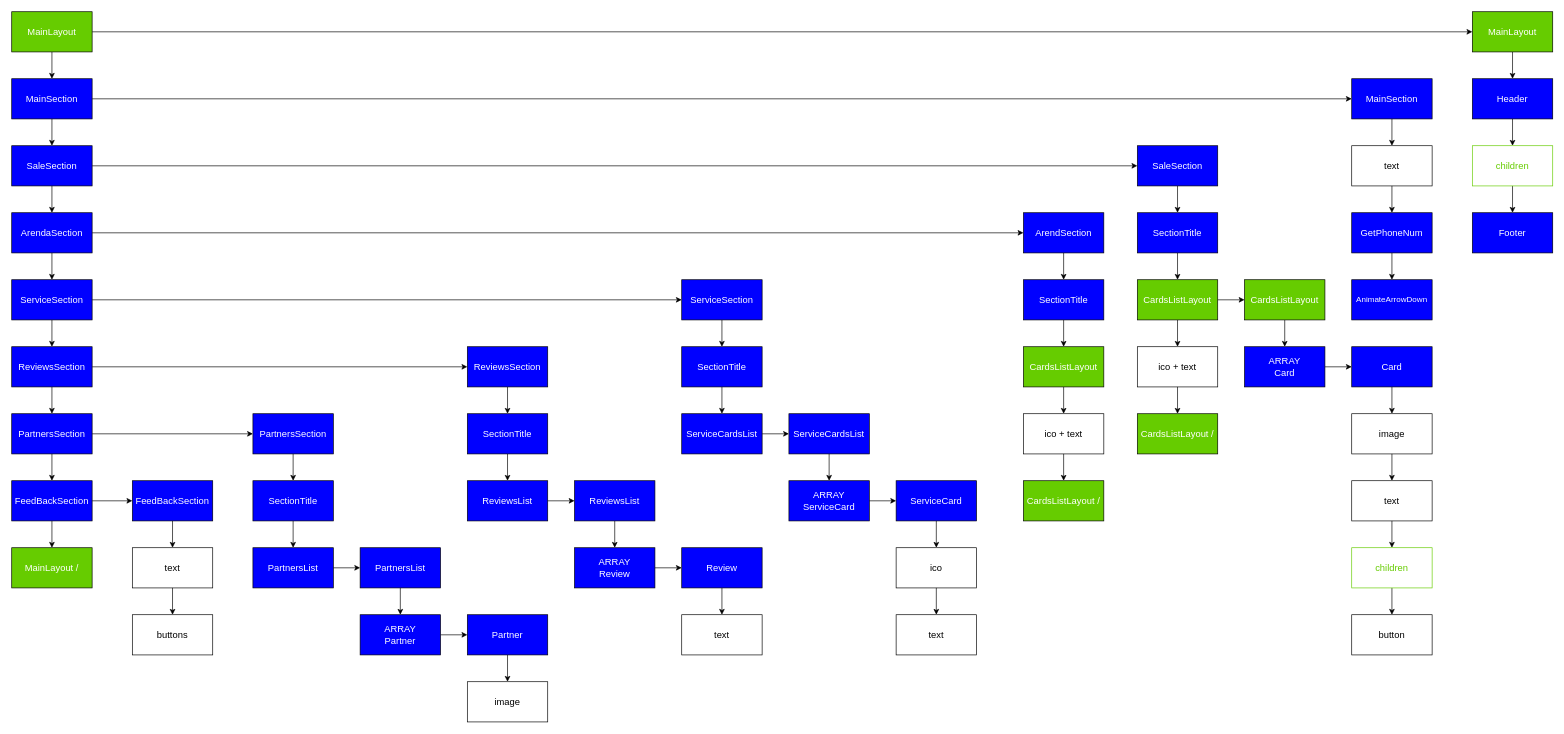
Earlier version of the draw.io diagram diagram.drawio (alexsmith-proff/DIVA). Source tidied: cells renumbered, new cells numbered last; positions are measured from the earlier drawing's top-left corner, leaving out a move shared by most shapes. Both pictures are drawn from the tidied source at 67%, with x=0, y=0 at pixel (11, 11).
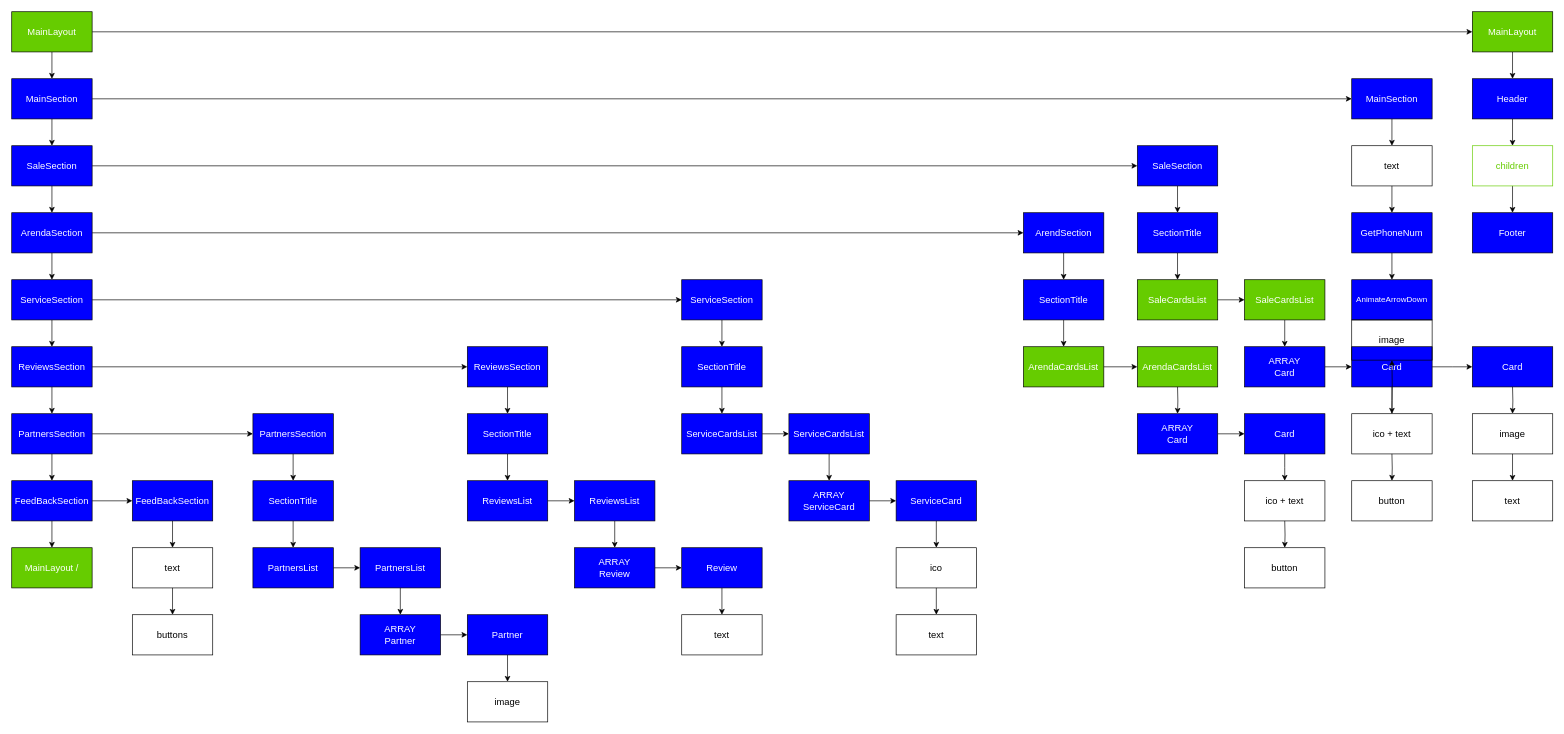
The same diagram, later.

The change refers to these unchanged cells:
```xml
<mxCell id="55" value="&lt;span style=&quot;font-size: 14px;&quot;&gt;&lt;font color=&quot;#ffffff&quot;&gt;Card&lt;/font&gt;&lt;/span&gt;" style="rounded=0;whiteSpace=wrap;html=1;fillColor=#0000FF;" parent="1" vertex="1">
  <mxGeometry x="2000" y="500" width="120" height="60" as="geometry" />
</mxCell>
```

The edit, as a diff of the source:
```diff
@@
-    <mxCell id="45" style="edgeStyle=orthogonalEdgeStyle;rounded=0;jettySize=auto;html=1;exitX=0.5;exitY=1;exitDx=0;exitDy=0;entryX=0.5;entryY=0;entryDx=0;entryDy=0;fontSize=14;fontColor=#000000;" parent="1" edge="1" source="46" target="49">
-      <mxGeometry relative="1" as="geometry" />
-    </mxCell>
-    <mxCell id="46" value="&lt;span style=&quot;font-size: 14px;&quot;&gt;&lt;font color=&quot;#ffffff&quot;&gt;CardsListLayout&lt;/font&gt;&lt;/span&gt;" style="rounded=0;whiteSpace=wrap;html=1;fillColor=#66CC00;" parent="1" vertex="1">
+    <mxCell id="46" value="&lt;span style=&quot;font-size: 14px;&quot;&gt;&lt;font color=&quot;#ffffff&quot;&gt;SaleCardsList&lt;/font&gt;&lt;/span&gt;" style="rounded=0;whiteSpace=wrap;html=1;fillColor=#66CC00;" parent="1" vertex="1">
       <mxGeometry x="1680" y="400" width="120" height="60" as="geometry" />
     </mxCell>
-    <mxCell id="47" value="&lt;span style=&quot;font-size: 14px;&quot;&gt;&lt;font color=&quot;#ffffff&quot;&gt;CardsListLayout /&lt;/font&gt;&lt;/span&gt;" style="rounded=0;whiteSpace=wrap;html=1;fillColor=#66CC00;" parent="1" vertex="1">
-      <mxGeometry x="1680" y="600" width="120" height="60" as="geometry" />
-    </mxCell>
-    <mxCell id="48" style="edgeStyle=orthogonalEdgeStyle;rounded=0;jettySize=auto;html=1;exitX=0.5;exitY=1;exitDx=0;exitDy=0;fontSize=14;fontColor=#000000;" parent="1" edge="1" source="49" target="47">
-      <mxGeometry relative="1" as="geometry" />
-    </mxCell>
     <mxCell id="49" value="&lt;span style=&quot;font-size: 14px;&quot;&gt;ico + text&lt;/span&gt;" style="rounded=0;whiteSpace=wrap;html=1;fillColor=none;strokeColor=#000000;" parent="1" vertex="1">
-      <mxGeometry x="1680" y="500" width="120" height="60" as="geometry" />
+      <mxGeometry x="2000" y="600" width="120" height="60" as="geometry" />
     </mxCell>
@@
-    <mxCell id="51" value="&lt;span style=&quot;font-size: 14px;&quot;&gt;&lt;font color=&quot;#ffffff&quot;&gt;CardsListLayout&lt;/font&gt;&lt;/span&gt;" style="rounded=0;whiteSpace=wrap;html=1;fillColor=#66CC00;" parent="1" vertex="1">
+    <mxCell id="51" value="&lt;span style=&quot;color: rgb(255, 255, 255); font-size: 14px;&quot;&gt;SaleCardsList&lt;/span&gt;" style="rounded=0;whiteSpace=wrap;html=1;fillColor=#66CC00;" parent="1" vertex="1">
       <mxGeometry x="1840" y="400" width="120" height="60" as="geometry" />
     </mxCell>
@@
-    <mxCell id="54" style="edgeStyle=orthogonalEdgeStyle;rounded=0;jettySize=auto;html=1;exitX=0.5;exitY=1;exitDx=0;exitDy=0;entryX=0.5;entryY=0;entryDx=0;entryDy=0;fontSize=14;fontColor=#000000;" parent="1" edge="1" source="55" target="57">
-      <mxGeometry relative="1" as="geometry" />
+    <mxCell id="54" style="edgeStyle=orthogonalEdgeStyle;rounded=0;jettySize=auto;html=1;exitX=0.5;exitY=1;exitDx=0;exitDy=0;entryX=0.5;entryY=0;entryDx=0;entryDy=0;fontSize=14;fontColor=#000000;" parent="1" edge="1" source="55">
+      <mxGeometry relative="1" as="geometry">
+        <mxPoint x="2060" y="600" as="targetPoint" />
+      </mxGeometry>
     </mxCell>
@@
-    <mxCell id="56" style="edgeStyle=orthogonalEdgeStyle;rounded=0;jettySize=auto;html=1;exitX=0.5;exitY=1;exitDx=0;exitDy=0;entryX=0.5;entryY=0;entryDx=0;entryDy=0;fontSize=14;fontColor=#000000;" parent="1" edge="1" source="57" target="59">
-      <mxGeometry relative="1" as="geometry" />
-    </mxCell>
-    <mxCell id="57" value="&lt;span style=&quot;font-size: 14px;&quot;&gt;image&lt;/span&gt;" style="rounded=0;whiteSpace=wrap;html=1;fillColor=none;strokeColor=#000000;" parent="1" vertex="1">
-      <mxGeometry x="2000" y="600" width="120" height="60" as="geometry" />
-    </mxCell>
-    <mxCell id="58" style="edgeStyle=orthogonalEdgeStyle;rounded=0;jettySize=auto;html=1;exitX=0.5;exitY=1;exitDx=0;exitDy=0;entryX=0.5;entryY=0;entryDx=0;entryDy=0;fontSize=14;fontColor=#000000;" parent="1" edge="1" source="59" target="61">
-      <mxGeometry relative="1" as="geometry" />
-    </mxCell>
-    <mxCell id="59" value="&lt;span style=&quot;font-size: 14px;&quot;&gt;text&lt;/span&gt;" style="rounded=0;whiteSpace=wrap;html=1;fillColor=none;strokeColor=#000000;" parent="1" vertex="1">
-      <mxGeometry x="2000" y="700" width="120" height="60" as="geometry" />
-    </mxCell>
+    <mxCell id="119" style="edgeStyle=orthogonalEdgeStyle;rounded=0;jettySize=auto;html=1;" parent="1" edge="1" target="131">
+      <mxGeometry relative="1" as="geometry">
+        <mxPoint x="2060" y="600" as="sourcePoint" />
+      </mxGeometry>
+    </mxCell>
-    <mxCell id="60" style="edgeStyle=orthogonalEdgeStyle;rounded=0;jettySize=auto;html=1;exitX=0.5;exitY=1;exitDx=0;exitDy=0;entryX=0.5;entryY=0;entryDx=0;entryDy=0;fontSize=14;fontColor=#000000;" parent="1" edge="1" source="61" target="62">
-      <mxGeometry relative="1" as="geometry" />
+    <mxCell id="60" style="edgeStyle=orthogonalEdgeStyle;rounded=0;jettySize=auto;html=1;exitX=0.5;exitY=1;exitDx=0;exitDy=0;entryX=0.5;entryY=0;entryDx=0;entryDy=0;fontSize=14;fontColor=#000000;" parent="1" edge="1" target="62">
+      <mxGeometry relative="1" as="geometry">
+        <mxPoint x="2060" y="660" as="sourcePoint" />
+      </mxGeometry>
     </mxCell>
-    <mxCell id="61" value="&lt;span style=&quot;font-size: 14px;&quot;&gt;&lt;font color=&quot;#66cc00&quot;&gt;children&lt;/font&gt;&lt;/span&gt;" style="rounded=0;whiteSpace=wrap;html=1;fillColor=none;strokeColor=#66CC00;" parent="1" vertex="1">
-      <mxGeometry x="2000" y="800" width="120" height="60" as="geometry" />
-    </mxCell>
     <mxCell id="62" value="&lt;span style=&quot;font-size: 14px;&quot;&gt;button&lt;/span&gt;" style="rounded=0;whiteSpace=wrap;html=1;fillColor=none;strokeColor=#000000;" parent="1" vertex="1">
-      <mxGeometry x="2000" y="900" width="120" height="60" as="geometry" />
+      <mxGeometry x="2000" y="700" width="120" height="60" as="geometry" />
     </mxCell>
@@
-    <mxCell id="67" style="edgeStyle=orthogonalEdgeStyle;rounded=0;jettySize=auto;html=1;exitX=0.5;exitY=1;exitDx=0;exitDy=0;entryX=0.5;entryY=0;entryDx=0;entryDy=0;fontSize=14;fontColor=#000000;" parent="1" edge="1" source="68" target="71">
-      <mxGeometry relative="1" as="geometry" />
-    </mxCell>
-    <mxCell id="68" value="&lt;span style=&quot;font-size: 14px;&quot;&gt;&lt;font color=&quot;#ffffff&quot;&gt;CardsListLayout&lt;/font&gt;&lt;/span&gt;" style="rounded=0;whiteSpace=wrap;html=1;fillColor=#66CC00;" parent="1" vertex="1">
+    <mxCell id="68" value="&lt;span style=&quot;font-size: 14px;&quot;&gt;&lt;font color=&quot;#ffffff&quot;&gt;ArendaCardsList&lt;/font&gt;&lt;/span&gt;" style="rounded=0;whiteSpace=wrap;html=1;fillColor=#66CC00;" parent="1" vertex="1">
       <mxGeometry x="1510" y="500" width="120" height="60" as="geometry" />
     </mxCell>
-    <mxCell id="69" value="&lt;span style=&quot;font-size: 14px;&quot;&gt;&lt;font color=&quot;#ffffff&quot;&gt;CardsListLayout /&lt;/font&gt;&lt;/span&gt;" style="rounded=0;whiteSpace=wrap;html=1;fillColor=#66CC00;" parent="1" vertex="1">
-      <mxGeometry x="1510" y="700" width="120" height="60" as="geometry" />
-    </mxCell>
-    <mxCell id="70" style="edgeStyle=orthogonalEdgeStyle;rounded=0;jettySize=auto;html=1;exitX=0.5;exitY=1;exitDx=0;exitDy=0;fontSize=14;fontColor=#000000;" parent="1" edge="1" source="71" target="69">
-      <mxGeometry relative="1" as="geometry" />
-    </mxCell>
-    <mxCell id="71" value="&lt;span style=&quot;font-size: 14px;&quot;&gt;ico + text&lt;/span&gt;" style="rounded=0;whiteSpace=wrap;html=1;fillColor=none;strokeColor=#000000;" parent="1" vertex="1">
-      <mxGeometry x="1510" y="600" width="120" height="60" as="geometry" />
-    </mxCell>
@@
+    <mxCell id="120" value="&lt;span style=&quot;font-size: 14px;&quot;&gt;&lt;font color=&quot;#ffffff&quot;&gt;ArendaCardsList&lt;/font&gt;&lt;/span&gt;" style="rounded=0;whiteSpace=wrap;html=1;fillColor=#66CC00;" parent="1" vertex="1">
+      <mxGeometry x="1680" y="500" width="120" height="60" as="geometry" />
+    </mxCell>
+    <mxCell id="71" value="&lt;span style=&quot;font-size: 14px;&quot;&gt;ico + text&lt;/span&gt;" style="rounded=0;whiteSpace=wrap;html=1;fillColor=none;strokeColor=#000000;" parent="1" vertex="1">
+      <mxGeometry x="1840" y="700" width="120" height="60" as="geometry" />
+    </mxCell>
+    <mxCell id="121" style="edgeStyle=orthogonalEdgeStyle;rounded=0;jettySize=auto;html=1;exitX=0.5;exitY=1;exitDx=0;exitDy=0;entryX=0.5;entryY=0;entryDx=0;entryDy=0;fontSize=14;fontColor=#000000;" parent="1" edge="1" target="123">
+      <mxGeometry relative="1" as="geometry">
+        <mxPoint x="1740" y="560" as="sourcePoint" />
+      </mxGeometry>
+    </mxCell>
+    <mxCell id="122" style="edgeStyle=orthogonalEdgeStyle;rounded=0;jettySize=auto;html=1;exitX=1;exitY=0.5;exitDx=0;exitDy=0;entryX=0;entryY=0.5;entryDx=0;entryDy=0;fontSize=14;fontColor=#000000;" parent="1" edge="1" source="123" target="125">
+      <mxGeometry relative="1" as="geometry" />
+    </mxCell>
+    <mxCell id="123" value="&lt;span style=&quot;font-size: 14px;&quot;&gt;&lt;font color=&quot;#ffffff&quot;&gt;ARRAY&lt;br&gt;Card&lt;/font&gt;&lt;/span&gt;" style="rounded=0;whiteSpace=wrap;html=1;fillColor=#0000FF;" parent="1" vertex="1">
+      <mxGeometry x="1680" y="600" width="120" height="60" as="geometry" />
+    </mxCell>
+    <mxCell id="124" style="edgeStyle=orthogonalEdgeStyle;rounded=0;jettySize=auto;html=1;exitX=0.5;exitY=1;exitDx=0;exitDy=0;entryX=0.5;entryY=0;entryDx=0;entryDy=0;fontSize=14;fontColor=#000000;" parent="1" edge="1" source="125">
+      <mxGeometry relative="1" as="geometry">
+        <mxPoint x="1900" y="700" as="targetPoint" />
+      </mxGeometry>
+    </mxCell>
+    <mxCell id="125" value="&lt;span style=&quot;font-size: 14px;&quot;&gt;&lt;font color=&quot;#ffffff&quot;&gt;Card&lt;/font&gt;&lt;/span&gt;" style="rounded=0;whiteSpace=wrap;html=1;fillColor=#0000FF;" parent="1" vertex="1">
+      <mxGeometry x="1840" y="600" width="120" height="60" as="geometry" />
+    </mxCell>
+    <mxCell id="126" style="edgeStyle=orthogonalEdgeStyle;rounded=0;jettySize=auto;html=1;exitX=0.5;exitY=1;exitDx=0;exitDy=0;entryX=0.5;entryY=0;entryDx=0;entryDy=0;fontSize=14;fontColor=#000000;" parent="1" edge="1" target="127">
+      <mxGeometry relative="1" as="geometry">
+        <mxPoint x="1900" y="760" as="sourcePoint" />
+      </mxGeometry>
+    </mxCell>
+    <mxCell id="127" value="&lt;span style=&quot;font-size: 14px;&quot;&gt;button&lt;/span&gt;" style="rounded=0;whiteSpace=wrap;html=1;fillColor=none;strokeColor=#000000;" parent="1" vertex="1">
+      <mxGeometry x="1840" y="800" width="120" height="60" as="geometry" />
+    </mxCell>
+    <mxCell id="128" style="edgeStyle=orthogonalEdgeStyle;rounded=0;jettySize=auto;html=1;exitX=1;exitY=0.5;exitDx=0;exitDy=0;entryX=0;entryY=0.5;entryDx=0;entryDy=0;fontSize=14;fontColor=#000000;" parent="1" edge="1" source="68" target="120">
+      <mxGeometry relative="1" as="geometry" />
+    </mxCell>
+    <mxCell id="129" value="&lt;span style=&quot;font-size: 14px;&quot;&gt;&lt;font color=&quot;#ffffff&quot;&gt;Card&lt;/font&gt;&lt;/span&gt;" style="rounded=0;whiteSpace=wrap;html=1;fillColor=#0000FF;" parent="1" vertex="1">
+      <mxGeometry x="2180" y="500" width="120" height="60" as="geometry" />
+    </mxCell>
+    <mxCell id="130" style="edgeStyle=orthogonalEdgeStyle;rounded=0;jettySize=auto;html=1;exitX=1;exitY=0.5;exitDx=0;exitDy=0;fontSize=14;fontColor=#000000;" parent="1" edge="1" source="55">
+      <mxGeometry relative="1" as="geometry">
+        <mxPoint x="2180" y="530" as="targetPoint" />
+      </mxGeometry>
+    </mxCell>
+    <mxCell id="131" value="&lt;span style=&quot;font-size: 14px;&quot;&gt;image&lt;/span&gt;" style="rounded=0;whiteSpace=wrap;html=1;fillColor=none;strokeColor=#000000;" parent="1" vertex="1">
+      <mxGeometry x="2000" y="460" width="120" height="60" as="geometry" />
+    </mxCell>
+    <mxCell id="132" style="edgeStyle=orthogonalEdgeStyle;rounded=0;jettySize=auto;html=1;exitX=0.5;exitY=1;exitDx=0;exitDy=0;entryX=0.5;entryY=0;entryDx=0;entryDy=0;fontSize=14;fontColor=#000000;" parent="1" edge="1" target="134">
+      <mxGeometry relative="1" as="geometry">
+        <mxPoint x="2240" y="560" as="sourcePoint" />
+      </mxGeometry>
+    </mxCell>
+    <mxCell id="133" style="edgeStyle=orthogonalEdgeStyle;rounded=0;jettySize=auto;html=1;exitX=0.5;exitY=1;exitDx=0;exitDy=0;entryX=0.5;entryY=0;entryDx=0;entryDy=0;fontSize=14;fontColor=#000000;" parent="1" edge="1" source="134" target="59">
+      <mxGeometry relative="1" as="geometry" />
+    </mxCell>
+    <mxCell id="134" value="&lt;span style=&quot;font-size: 14px;&quot;&gt;image&lt;/span&gt;" style="rounded=0;whiteSpace=wrap;html=1;fillColor=none;strokeColor=#000000;" parent="1" vertex="1">
+      <mxGeometry x="2180" y="600" width="120" height="60" as="geometry" />
+    </mxCell>
+    <mxCell id="59" value="&lt;span style=&quot;font-size: 14px;&quot;&gt;text&lt;/span&gt;" style="rounded=0;whiteSpace=wrap;html=1;fillColor=none;strokeColor=#000000;" parent="1" vertex="1">
+      <mxGeometry x="2180" y="700" width="120" height="60" as="geometry" />
+    </mxCell>
```
